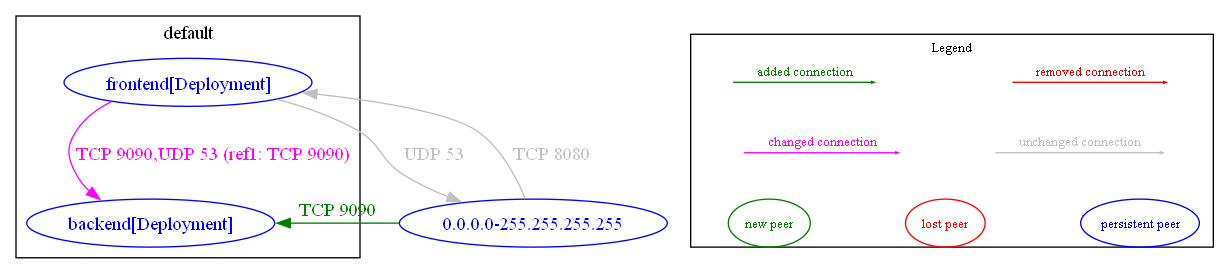
Before: test_outputs/diff/diff_between_netpol-diff-example-minimal_and_netpol-analysis-example-minimal.dot.png, a diagram exported from Graphviz (np-guard/netpol-analyzer). Its source is kept beside it as test_outputs/diff/diff_between_netpol-diff-example-minimal_and_netpol-analysis-example-minimal.dot.
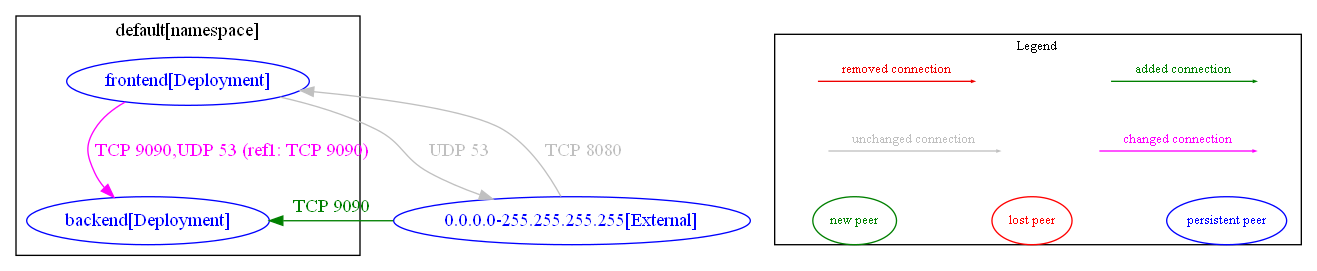
The same file after the commit.

What changed in the source:
```diff
@@ -1,15 +1,15 @@
 digraph {
-	subgraph "cluster_default" {
+	subgraph "cluster_default[namespace]" {
 		color="black"
 		fontcolor="black"
 		"default/backend[Deployment]" [label="backend[Deployment]" color="blue" fontcolor="blue"]
 		"default/frontend[Deployment]" [label="frontend[Deployment]" color="blue" fontcolor="blue"]
-		label="default"
+		label="default[namespace]"
 	}
-	"0.0.0.0-255.255.255.255" [label="0.0.0.0-255.255.255.255" color="blue" fontcolor="blue"]
-	"0.0.0.0-255.255.255.255" -> "default/backend[Deployment]" [label="TCP 9090" color="#008000" fontcolor="#008000" weight=0.5]
-	"0.0.0.0-255.255.255.255" -> "default/frontend[Deployment]" [label="TCP 8080" color="grey" fontcolor="grey" weight=0.5]
-	"default/frontend[Deployment]" -> "0.0.0.0-255.255.255.255" [label="UDP 53" color="grey" fontcolor="grey" weight=1]
+	"0.0.0.0-255.255.255.255[External]" [label="0.0.0.0-255.255.255.255[External]" color="blue" fontcolor="blue"]
+	"0.0.0.0-255.255.255.255[External]" -> "default/backend[Deployment]" [label="TCP 9090" color="#008000" fontcolor="#008000" weight=0.5]
+	"0.0.0.0-255.255.255.255[External]" -> "default/frontend[Deployment]" [label="TCP 8080" color="grey" fontcolor="grey" weight=0.5]
+	"default/frontend[Deployment]" -> "0.0.0.0-255.255.255.255[External]" [label="UDP 53" color="grey" fontcolor="grey" weight=1]
 	"default/frontend[Deployment]" -> "default/backend[Deployment]" [label="TCP 9090,UDP 53 (ref1: TCP 9090)" color="magenta" fontcolor="magenta" weight=1]
 	nodesep=0.5
 	subgraph cluster_legend {
```
